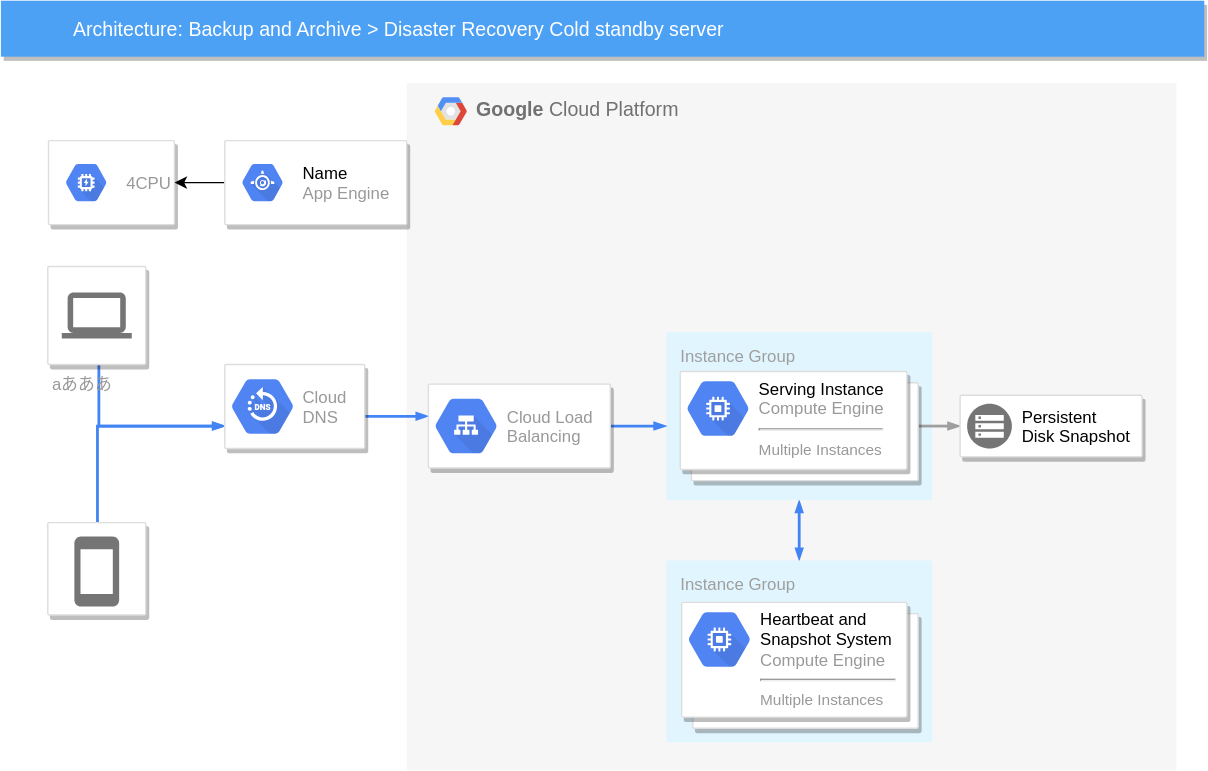
This is gcpDemo.svg from t-sato-truedata/patchwork, a draw.io export, as it was before one commit. Source tidied: cells renumbered, new cells last; positions are measured from the earlier drawing's top-left corner, leaving out a move shared by most shapes.
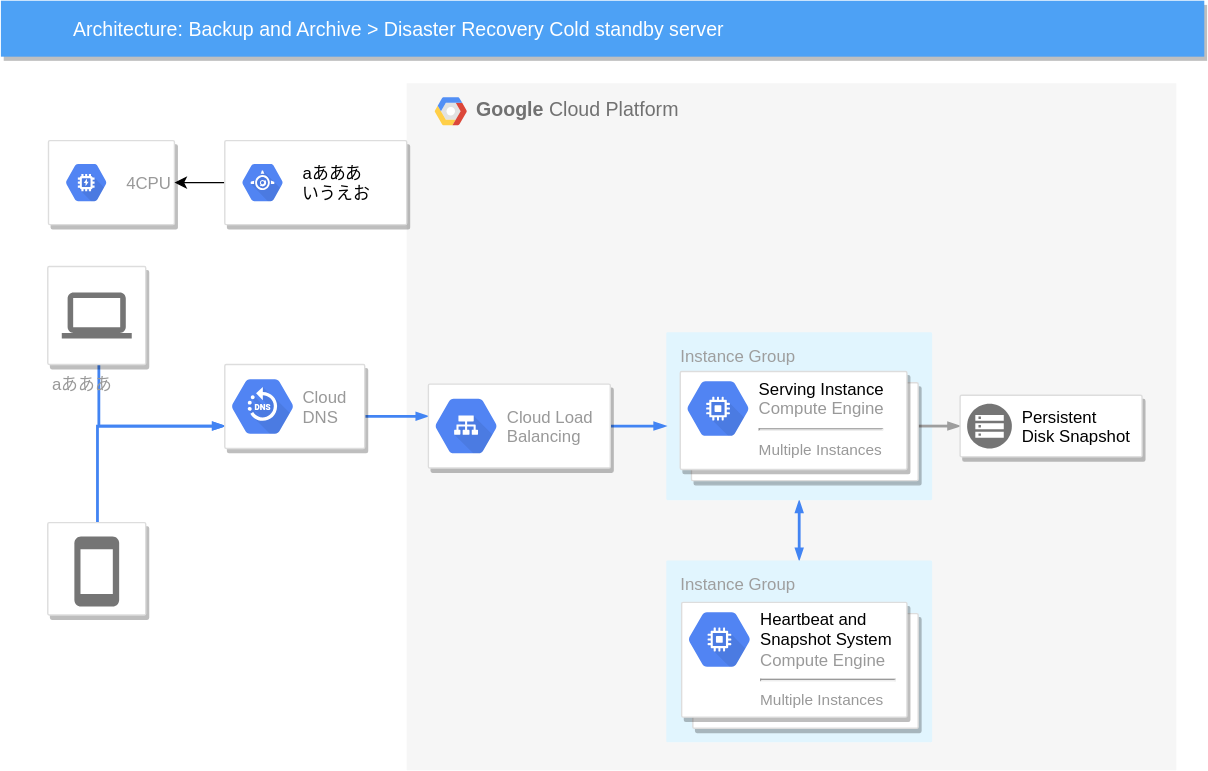
After the commit.

Commit message:
コメント追加

The edit, as a diff of the source:
```diff
@@ -115,7 +115,7 @@
     <mxCell id="30" style="strokeColor=#dddddd;fillColor=#ffffff;shadow=1;strokeWidth=1;rounded=1;absoluteArcSize=1;arcSize=2;align=left;" parent="1" vertex="1">
       <mxGeometry x="160" y="100" width="130" height="60" as="geometry" />
     </mxCell>
-    <mxCell id="31" value="&lt;font color=&quot;#000000&quot;&gt;Name&lt;/font&gt;&lt;br&gt;App Engine" style="dashed=0;html=1;fillColor=#5184F3;strokeColor=none;shape=mxgraph.gcp2.hexIcon;prIcon=app_engine;labelPosition=right;verticalLabelPosition=middle;align=left;verticalAlign=middle;spacingLeft=5;fontColor=#999999;fontSize=12;" parent="30" vertex="1">
+    <mxCell id="31" value="&lt;font color=&quot;#000000&quot;&gt;aあああ&lt;br&gt;いうえお&lt;br&gt;&lt;/font&gt;" style="dashed=0;html=1;fillColor=#5184F3;strokeColor=none;shape=mxgraph.gcp2.hexIcon;prIcon=app_engine;labelPosition=right;verticalLabelPosition=middle;align=left;verticalAlign=middle;spacingLeft=5;fontColor=#999999;fontSize=12;" parent="30" vertex="1">
       <mxGeometry y="0.5" width="44" height="39" relative="1" as="geometry">
         <mxPoint x="5" y="-19.5" as="offset" />
       </mxGeometry>
```
